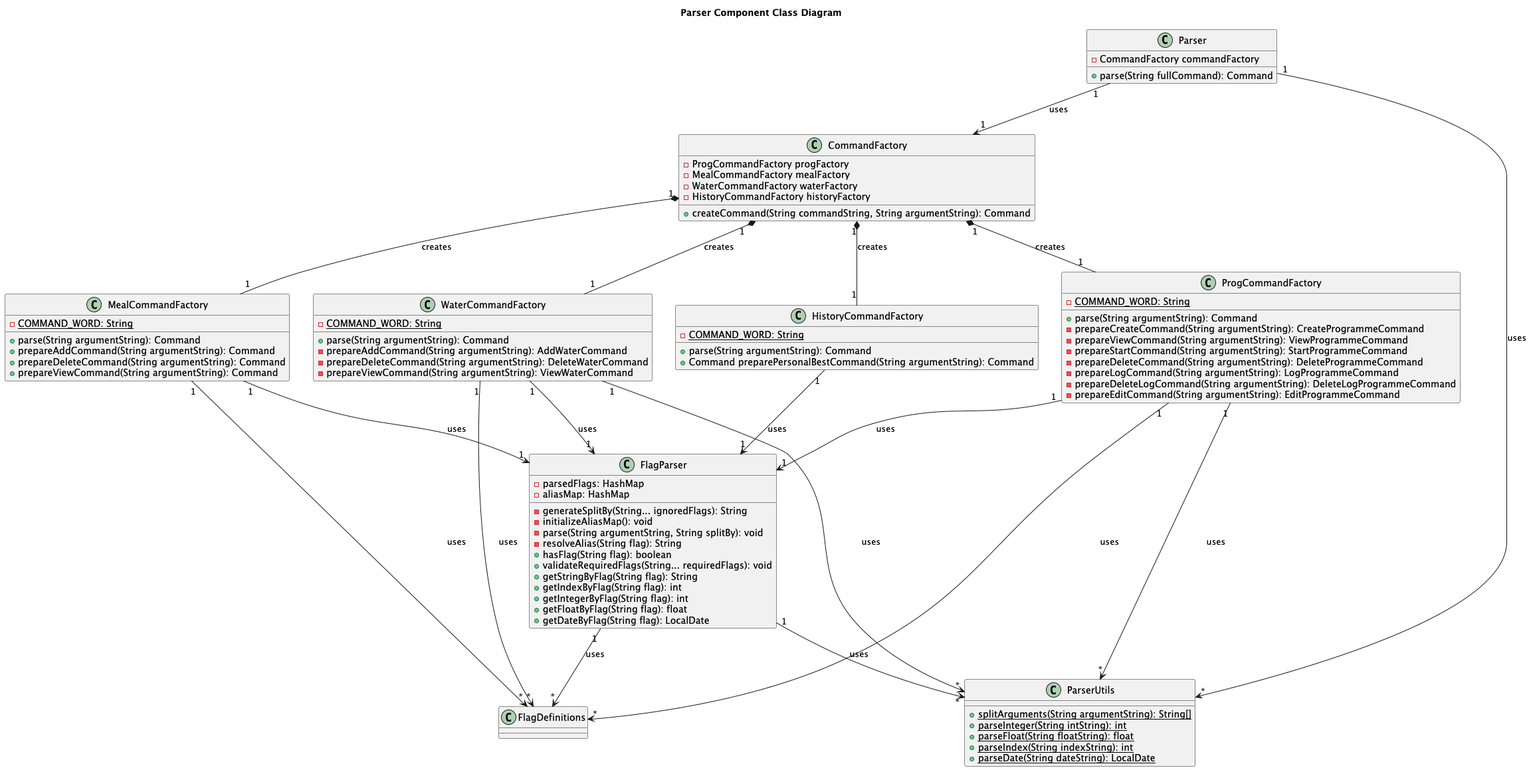
Before: docs/images/parserComponent.png, a diagram exported from PlantUML (nus-cs2113-AY2425S1/tp).
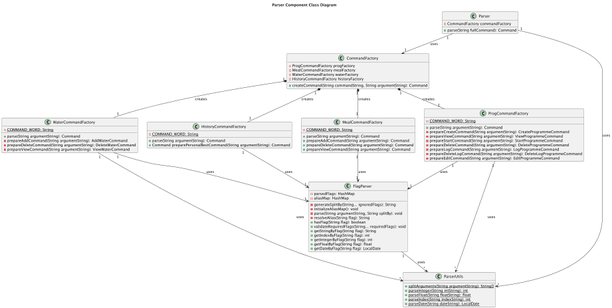
After the commit.

Diff of the diagram source:
```diff
@@ -48,8 +48,6 @@
   - prepareViewCommand(String argumentString): ViewWaterCommand
 }
 
-class FlagDefinitions {
-}
 
 class FlagParser {
   - parsedFlags: HashMap
@@ -100,9 +98,4 @@
 WaterCommandFactory "1" --> "*" ParserUtils : uses
 FlagParser "1" --> "*" ParserUtils : uses
 
-MealCommandFactory "1" --> "*" FlagDefinitions : uses
-ProgCommandFactory "1" --> "*" FlagDefinitions : uses
-WaterCommandFactory "1" --> "*" FlagDefinitions : uses
-FlagParser "1" --> "*" FlagDefinitions : uses
-
 @enduml
```
